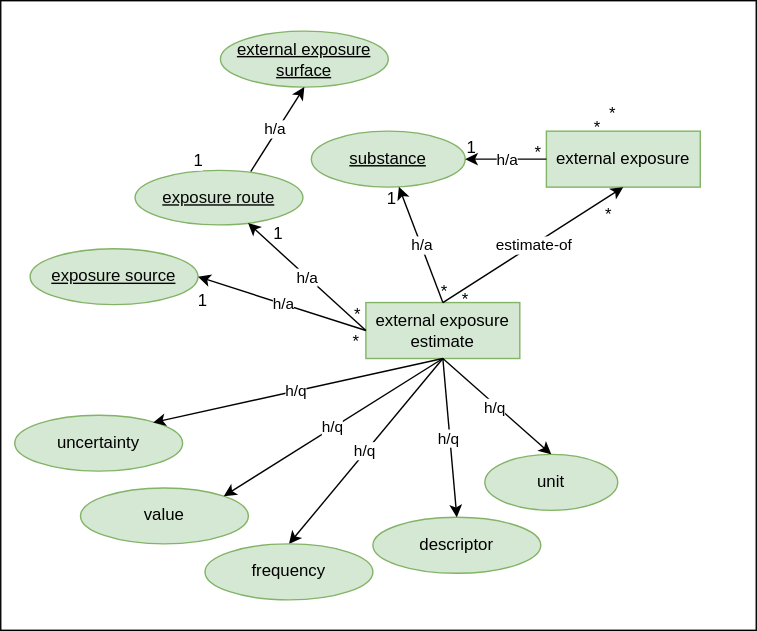
Before: diagrams/sub-group-external-exposure-estimate.drawio.svg, a diagram exported from draw.io (eu-parc/aggregate-exposure-modelling). Source tidied: cells renumbered, new cells last; positions are measured from the earlier drawing's top-left corner, leaving out a move shared by most shapes. The source it was exported from:
```xml
<mxGraphModel>
  <root>
    <mxCell id="0" />
    <mxCell id="1" parent="0" />
    <mxCell id="2" style="rounded=0;whiteSpace=wrap;html=1;" parent="1" vertex="1">
      <mxGeometry width="540" height="450" as="geometry" />
    </mxCell>
    <mxCell id="3" value="external exposure" style="rounded=0;whiteSpace=wrap;html=1;fillColor=#d5e8d4;strokeColor=#82b366;fontColor=#000000;" parent="1" vertex="1">
      <mxGeometry x="390" y="93.2" width="110" height="40" as="geometry" />
    </mxCell>
    <mxCell id="4" value="external exposure surface" style="ellipse;whiteSpace=wrap;html=1;fillColor=#d5e8d4;strokeColor=#82b366;fontStyle=4;fontColor=#000000;" parent="1" vertex="1">
      <mxGeometry x="157" y="21.8" width="120" height="40" as="geometry" />
    </mxCell>
    <mxCell id="5" value="external exposure estimate" style="rounded=0;whiteSpace=wrap;html=1;fillColor=#d5e8d4;strokeColor=#82b366;fontColor=#000000;" parent="1" vertex="1">
      <mxGeometry x="261" y="215.8" width="110" height="40" as="geometry" />
    </mxCell>
    <mxCell id="6" value="value" style="ellipse;whiteSpace=wrap;html=1;fillColor=#d5e8d4;strokeColor=#82b366;fontStyle=0;fontColor=#000000;" parent="1" vertex="1">
      <mxGeometry x="57" y="348.2" width="120" height="40" as="geometry" />
    </mxCell>
    <mxCell id="7" value="descriptor" style="ellipse;whiteSpace=wrap;html=1;fillColor=#d5e8d4;strokeColor=#82b366;fontStyle=0;fontColor=#000000;" parent="1" vertex="1">
      <mxGeometry x="266" y="369.2" width="120" height="40" as="geometry" />
    </mxCell>
    <mxCell id="8" value="unit" style="ellipse;whiteSpace=wrap;html=1;fillColor=#d5e8d4;strokeColor=#82b366;fontStyle=0;fontColor=#000000;" parent="1" vertex="1">
      <mxGeometry x="346" y="324.2" width="95" height="40" as="geometry" />
    </mxCell>
    <mxCell id="9" value="uncertainty" style="ellipse;whiteSpace=wrap;html=1;fillColor=#d5e8d4;strokeColor=#82b366;fontStyle=0;fontColor=#000000;" parent="1" vertex="1">
      <mxGeometry x="10" y="296.2" width="120" height="40" as="geometry" />
    </mxCell>
    <mxCell id="10" style="endArrow=classic;html=1;rounded=0;exitX=0.5;exitY=1;exitDx=0;exitDy=0;entryX=1;entryY=0;entryDx=0;entryDy=0;" parent="1" edge="1" source="5" target="6">
      <mxGeometry relative="1" as="geometry" />
    </mxCell>
    <mxCell id="11" value="h/q" style="edgeLabel;html=1;align=center;verticalAlign=middle;" parent="10" vertex="1">
      <mxGeometry relative="1" as="geometry">
        <mxPoint x="-2" as="offset" />
      </mxGeometry>
    </mxCell>
    <mxCell id="12" style="endArrow=classic;html=1;rounded=0;exitX=0.5;exitY=1;exitDx=0;exitDy=0;entryX=0.824;entryY=0.132;entryDx=0;entryDy=0;entryPerimeter=0;" parent="1" edge="1" source="5" target="9">
      <mxGeometry relative="1" as="geometry" />
    </mxCell>
    <mxCell id="13" value="h/q" style="edgeLabel;html=1;align=center;verticalAlign=middle;" parent="12" vertex="1">
      <mxGeometry relative="1" as="geometry">
        <mxPoint x="-2" as="offset" />
      </mxGeometry>
    </mxCell>
    <mxCell id="14" style="endArrow=classic;html=1;rounded=0;entryX=0.5;entryY=0;entryDx=0;entryDy=0;exitX=0.5;exitY=1;exitDx=0;exitDy=0;" parent="1" edge="1" source="5" target="7">
      <mxGeometry relative="1" as="geometry" />
    </mxCell>
    <mxCell id="15" value="h/q" style="edgeLabel;html=1;align=center;verticalAlign=middle;" parent="14" vertex="1">
      <mxGeometry relative="1" as="geometry">
        <mxPoint x="-2" as="offset" />
      </mxGeometry>
    </mxCell>
    <mxCell id="16" style="endArrow=classic;html=1;rounded=0;entryX=0.5;entryY=0;entryDx=0;entryDy=0;exitX=0.5;exitY=1;exitDx=0;exitDy=0;" parent="1" edge="1" source="5" target="8">
      <mxGeometry relative="1" as="geometry" />
    </mxCell>
    <mxCell id="17" value="h/q" style="edgeLabel;html=1;align=center;verticalAlign=middle;" parent="16" vertex="1">
      <mxGeometry relative="1" as="geometry">
        <mxPoint x="-2" as="offset" />
      </mxGeometry>
    </mxCell>
    <mxCell id="18" style="endArrow=classic;html=1;rounded=0;exitX=0.689;exitY=0.022;exitDx=0;exitDy=0;exitPerimeter=0;entryX=0.5;entryY=1;entryDx=0;entryDy=0;" parent="1" edge="1" source="21" target="4">
      <mxGeometry relative="1" as="geometry" />
    </mxCell>
    <mxCell id="19" value="h/a" style="edgeLabel;html=1;align=center;verticalAlign=middle;" parent="18" vertex="1">
      <mxGeometry relative="1" as="geometry">
        <mxPoint x="-2" as="offset" />
      </mxGeometry>
    </mxCell>
    <mxCell id="20" value="substance" style="ellipse;whiteSpace=wrap;html=1;fillColor=#d5e8d4;strokeColor=#82b366;fontStyle=4;fontColor=#000000;" parent="1" vertex="1">
      <mxGeometry x="222" y="93.2" width="110" height="40" as="geometry" />
    </mxCell>
    <mxCell id="21" value="exposure route" style="ellipse;whiteSpace=wrap;html=1;fillColor=#d5e8d4;strokeColor=#82b366;fontStyle=4;fontColor=#050505;" parent="1" vertex="1">
      <mxGeometry x="96" y="121.2" width="120" height="39" as="geometry" />
    </mxCell>
    <mxCell id="22" value="exposure source" style="ellipse;whiteSpace=wrap;html=1;fillColor=#d5e8d4;strokeColor=#82b366;fontStyle=4;fontColor=#050505;" parent="1" vertex="1">
      <mxGeometry x="21" y="177.2" width="120" height="40" as="geometry" />
    </mxCell>
    <mxCell id="23" value="1" style="edgeLabel;html=1;align=right;verticalAlign=bottom;fontSize=12;" parent="1" vertex="1">
      <mxGeometry x="144.8" y="123" as="geometry" />
    </mxCell>
    <mxCell id="24" value="*" style="edgeLabel;html=1;align=right;verticalAlign=bottom;fontSize=12;labelBackgroundColor=none;" parent="1" vertex="1">
      <mxGeometry x="428.7" y="99.1" as="geometry" />
    </mxCell>
    <mxCell id="25" value="*" style="edgeLabel;html=1;align=right;verticalAlign=bottom;fontSize=12;labelBackgroundColor=none;" parent="1" vertex="1">
      <mxGeometry x="440.3" y="88.6" as="geometry" />
    </mxCell>
    <mxCell id="26" style="endArrow=classic;html=1;rounded=0;exitX=0.5;exitY=0;exitDx=0;exitDy=0;entryX=0.5;entryY=1;entryDx=0;entryDy=0;" parent="1" edge="1" source="5" target="3">
      <mxGeometry relative="1" as="geometry" />
    </mxCell>
    <mxCell id="27" value="estimate-of" style="edgeLabel;html=1;align=center;verticalAlign=middle;" parent="26" vertex="1">
      <mxGeometry relative="1" as="geometry" />
    </mxCell>
    <mxCell id="28" value="*" style="edgeLabel;html=1;align=left;verticalAlign=bottom;fontSize=12;labelBackgroundColor=none;" parent="26" vertex="1">
      <mxGeometry x="-1" relative="1" as="geometry">
        <mxPoint x="12" y="6" as="offset" />
      </mxGeometry>
    </mxCell>
    <mxCell id="29" value="*" style="edgeLabel;html=1;align=right;verticalAlign=bottom;fontSize=12;labelBackgroundColor=none;" parent="26" vertex="1">
      <mxGeometry x="1" relative="1" as="geometry">
        <mxPoint x="-8" y="28" as="offset" />
      </mxGeometry>
    </mxCell>
    <mxCell id="30" style="endArrow=classic;html=1;rounded=0;exitX=0;exitY=0.5;exitDx=0;exitDy=0;entryX=1;entryY=0.5;entryDx=0;entryDy=0;" parent="1" edge="1" source="5" target="22">
      <mxGeometry relative="1" as="geometry" />
    </mxCell>
    <mxCell id="31" value="h/a" style="edgeLabel;html=1;align=center;verticalAlign=middle;" parent="30" vertex="1">
      <mxGeometry relative="1" as="geometry" />
    </mxCell>
    <mxCell id="32" value="*" style="edgeLabel;html=1;align=left;verticalAlign=bottom;fontSize=12;labelBackgroundColor=none;" parent="30" vertex="1">
      <mxGeometry x="-1" relative="1" as="geometry">
        <mxPoint x="-11" y="16" as="offset" />
      </mxGeometry>
    </mxCell>
    <mxCell id="33" value="1" style="edgeLabel;html=1;align=right;verticalAlign=bottom;fontSize=12;labelBackgroundColor=none;" parent="30" vertex="1">
      <mxGeometry x="1" relative="1" as="geometry">
        <mxPoint x="7" y="26" as="offset" />
      </mxGeometry>
    </mxCell>
    <mxCell id="34" style="endArrow=classic;html=1;rounded=0;exitX=0.5;exitY=0;exitDx=0;exitDy=0;" parent="1" edge="1" source="5" target="20">
      <mxGeometry relative="1" as="geometry" />
    </mxCell>
    <mxCell id="35" value="h/a" style="edgeLabel;html=1;align=center;verticalAlign=middle;" parent="34" vertex="1">
      <mxGeometry relative="1" as="geometry" />
    </mxCell>
    <mxCell id="36" value="*" style="edgeLabel;html=1;align=left;verticalAlign=bottom;fontSize=12;labelBackgroundColor=none;" parent="34" vertex="1">
      <mxGeometry x="-1" relative="1" as="geometry">
        <mxPoint x="-3" as="offset" />
      </mxGeometry>
    </mxCell>
    <mxCell id="37" value="1" style="edgeLabel;html=1;align=right;verticalAlign=bottom;fontSize=12;labelBackgroundColor=none;" parent="34" vertex="1">
      <mxGeometry x="1" relative="1" as="geometry">
        <mxPoint x="-2" y="17" as="offset" />
      </mxGeometry>
    </mxCell>
    <mxCell id="38" style="endArrow=classic;html=1;rounded=0;exitX=0;exitY=0.5;exitDx=0;exitDy=0;entryX=1;entryY=0.5;entryDx=0;entryDy=0;" parent="1" edge="1" source="3" target="20">
      <mxGeometry relative="1" as="geometry" />
    </mxCell>
    <mxCell id="39" value="h/a" style="edgeLabel;html=1;align=center;verticalAlign=middle;" parent="38" vertex="1">
      <mxGeometry relative="1" as="geometry" />
    </mxCell>
    <mxCell id="40" value="*" style="edgeLabel;html=1;align=left;verticalAlign=bottom;fontSize=12;labelBackgroundColor=none;" parent="38" vertex="1">
      <mxGeometry x="-1" relative="1" as="geometry">
        <mxPoint x="-10" y="4" as="offset" />
      </mxGeometry>
    </mxCell>
    <mxCell id="41" value="1" style="edgeLabel;html=1;align=right;verticalAlign=bottom;fontSize=12;labelBackgroundColor=none;" parent="38" vertex="1">
      <mxGeometry x="1" relative="1" as="geometry">
        <mxPoint x="8" as="offset" />
      </mxGeometry>
    </mxCell>
    <mxCell id="42" style="endArrow=classic;html=1;rounded=0;exitX=0;exitY=0.5;exitDx=0;exitDy=0;entryX=0.673;entryY=0.967;entryDx=0;entryDy=0;entryPerimeter=0;" parent="1" edge="1" source="5" target="21">
      <mxGeometry relative="1" as="geometry" />
    </mxCell>
    <mxCell id="43" value="h/a" style="edgeLabel;html=1;align=center;verticalAlign=middle;" parent="42" vertex="1">
      <mxGeometry relative="1" as="geometry" />
    </mxCell>
    <mxCell id="44" value="*" style="edgeLabel;html=1;align=left;verticalAlign=bottom;fontSize=12;labelBackgroundColor=none;" parent="42" vertex="1">
      <mxGeometry x="-1" relative="1" as="geometry">
        <mxPoint x="-10" y="-3" as="offset" />
      </mxGeometry>
    </mxCell>
    <mxCell id="45" value="1" style="edgeLabel;html=1;align=right;verticalAlign=bottom;fontSize=12;labelBackgroundColor=none;" parent="42" vertex="1">
      <mxGeometry x="1" relative="1" as="geometry">
        <mxPoint x="25" y="16" as="offset" />
      </mxGeometry>
    </mxCell>
    <mxCell id="46" style="endArrow=classic;html=1;rounded=0;exitX=0.5;exitY=1;exitDx=0;exitDy=0;entryX=0.5;entryY=0;entryDx=0;entryDy=0;" parent="1" edge="1" source="5" target="48">
      <mxGeometry relative="1" as="geometry" />
    </mxCell>
    <mxCell id="47" value="h/q" style="edgeLabel;html=1;align=center;verticalAlign=middle;" parent="46" vertex="1">
      <mxGeometry relative="1" as="geometry">
        <mxPoint x="-2" as="offset" />
      </mxGeometry>
    </mxCell>
    <mxCell id="48" value="frequency" style="ellipse;whiteSpace=wrap;html=1;fillColor=#d5e8d4;strokeColor=#82b366;fontStyle=0;fontColor=#000000;" parent="1" vertex="1">
      <mxGeometry x="146" y="388.2" width="120" height="40" as="geometry" />
    </mxCell>
  </root>
</mxGraphModel>
```
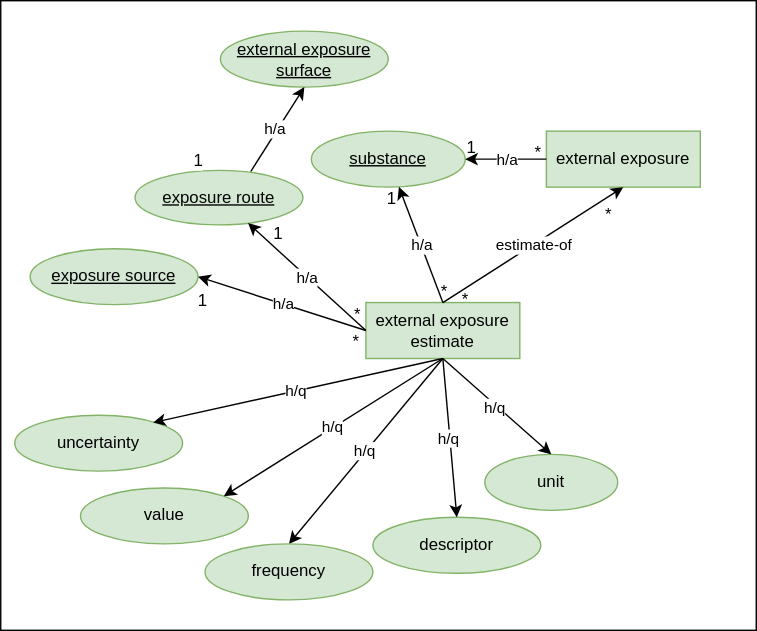
Later version of the same file.

Commit message:
Add definition of exposure determinant as a super-class of exposure factors and update diagrams accordingly

The edit, as a diff of the source:
```diff
@@ -78,12 +78,6 @@
     <mxCell id="23" value="1" style="edgeLabel;html=1;align=right;verticalAlign=bottom;fontSize=12;" parent="1" vertex="1">
       <mxGeometry x="144.8" y="123" as="geometry" />
     </mxCell>
-    <mxCell id="24" value="*" style="edgeLabel;html=1;align=right;verticalAlign=bottom;fontSize=12;labelBackgroundColor=none;" parent="1" vertex="1">
-      <mxGeometry x="428.7" y="99.1" as="geometry" />
-    </mxCell>
-    <mxCell id="25" value="*" style="edgeLabel;html=1;align=right;verticalAlign=bottom;fontSize=12;labelBackgroundColor=none;" parent="1" vertex="1">
-      <mxGeometry x="440.3" y="88.6" as="geometry" />
-    </mxCell>
     <mxCell id="26" style="endArrow=classic;html=1;rounded=0;exitX=0.5;exitY=0;exitDx=0;exitDy=0;entryX=0.5;entryY=1;entryDx=0;entryDy=0;" parent="1" edge="1" source="5" target="3">
       <mxGeometry relative="1" as="geometry" />
     </mxCell>
```
